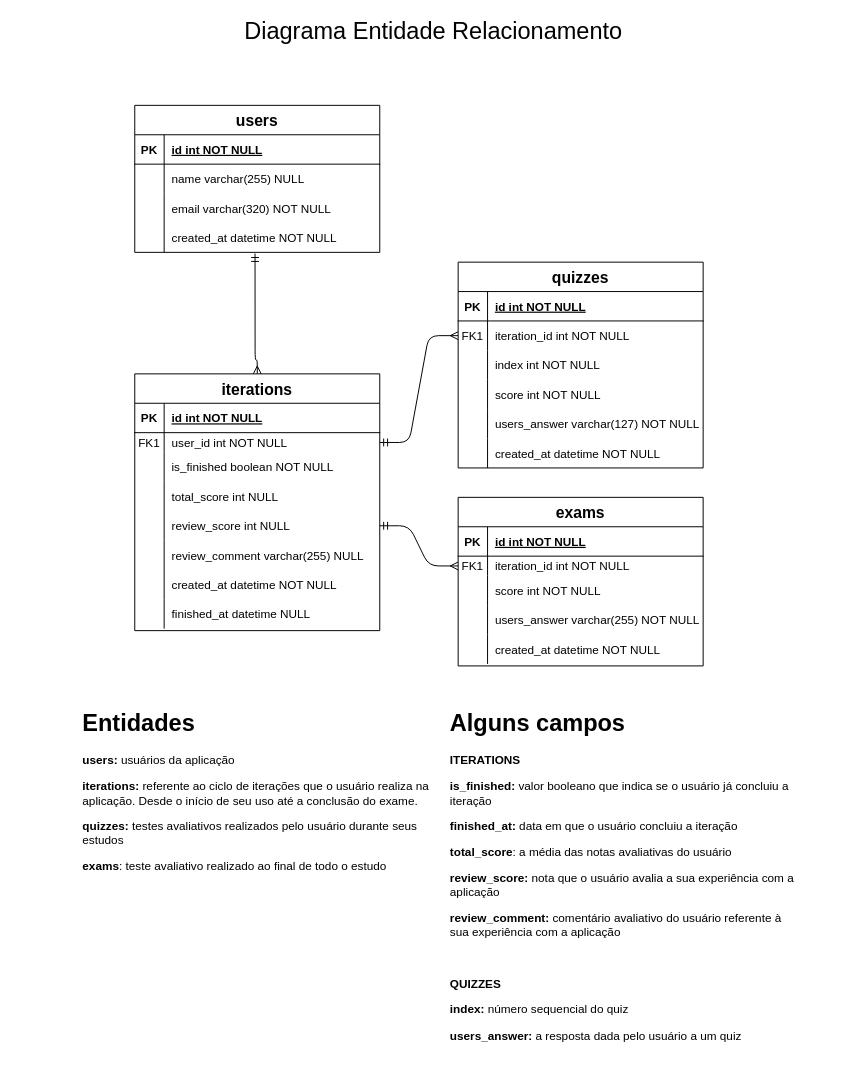
This is docs/DER.drawio from Fatec-Bug-Busters/scrum-academy, a draw.io file, before an edit. Source tidied: cells renumbered, new cells numbered last; positions are measured from the earlier drawing's top-left corner, leaving out a move shared by most shapes. Both pictures are drawn from the tidied source at 98%, with x=0, y=0 at pixel (17, 17).
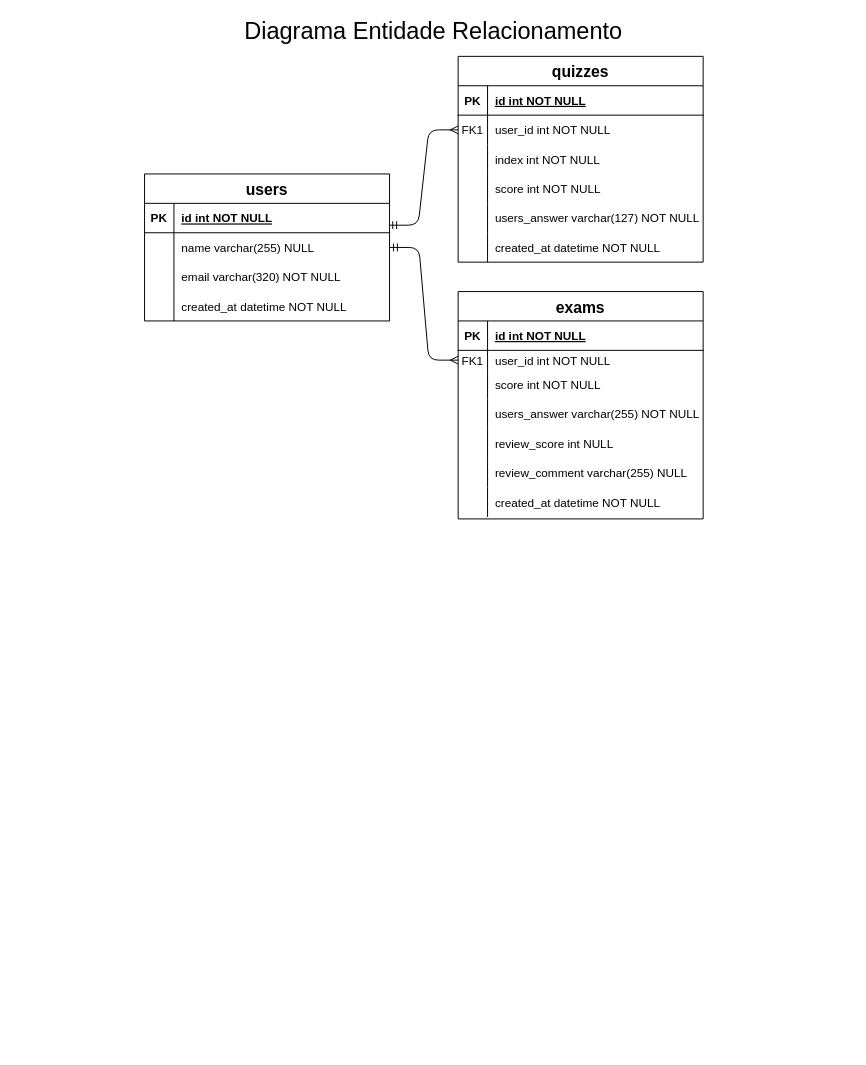
Above is the later version.

Unchanged cells that the change refers to:
```xml
<mxCell id="7" style="shape=partialRectangle;fillColor=none;points=[[0,0.5],[1,0.5]];portConstraint=eastwest;top=0;left=0;right=0;bottom=0;" parent="3" vertex="1">
  <mxGeometry y="60" width="250" height="30" as="geometry" />
</mxCell>
<mxCell id="23" style="shape=partialRectangle;fillColor=none;points=[[0,0.5],[1,0.5]];portConstraint=eastwest;top=0;left=0;right=0;bottom=1;" parent="22" vertex="1">
  <mxGeometry y="30" width="250" height="30" as="geometry" />
</mxCell>
<mxCell id="26" style="shape=partialRectangle;fillColor=none;points=[[0,0.5],[1,0.5]];portConstraint=eastwest;top=0;left=0;right=0;bottom=0;" parent="22" vertex="1">
  <mxGeometry y="60" width="250" height="30" as="geometry" />
</mxCell>
<mxCell id="32" style="shape=tableRow;horizontal=0;startSize=0;swimlaneHead=0;swimlaneBody=0;fillColor=none;points=[[0,0.5],[1,0.5]];portConstraint=eastwest;top=0;left=0;right=0;bottom=0;" parent="22" vertex="1">
  <mxGeometry y="120" width="250" height="30" as="geometry" />
</mxCell>
<mxCell id="40" style="shape=partialRectangle;fillColor=none;points=[[0,0.5],[1,0.5]];portConstraint=eastwest;top=0;left=0;right=0;bottom=0;" parent="36" vertex="1">
  <mxGeometry y="60" width="250" height="20" as="geometry" />
</mxCell>
```

What changed in the source:
```diff
@@
-    <mxCell id="2" style="edgeStyle=entityRelationEdgeStyle;endArrow=ERmany;startArrow=ERmandOne;endFill=0;startFill=0;exitX=1;exitY=0.5;exitDx=0;exitDy=0;" parent="1" edge="1" source="56" target="7">
+    <mxCell id="2" style="edgeStyle=entityRelationEdgeStyle;endArrow=ERmany;startArrow=ERmandOne;endFill=0;startFill=0;exitX=0.997;exitY=0.743;exitDx=0;exitDy=0;exitPerimeter=0;" parent="1" edge="1" source="23" target="7">
       <mxGeometry relative="1" as="geometry" />
     </mxCell>
     <mxCell id="3" value="quizzes" style="shape=table;startSize=30;childLayout=tableLayout;rowLines=0;fontStyle=1;align=center;fontSize=16;" parent="1" vertex="1">
-      <mxGeometry x="450" y="250" width="250" height="210" as="geometry" />
+      <mxGeometry x="450" y="40" width="250" height="210" as="geometry" />
     </mxCell>
@@
-    <mxCell id="9" value="iteration_id int NOT NULL" style="shape=partialRectangle;overflow=hidden;fillColor=none;top=0;left=0;bottom=0;right=0;align=left;spacingLeft=6;" parent="7" vertex="1">
+    <mxCell id="9" value="user_id int NOT NULL" style="shape=partialRectangle;overflow=hidden;fillColor=none;top=0;left=0;bottom=0;right=0;align=left;spacingLeft=6;" parent="7" vertex="1">
       <mxGeometry x="30" width="220" height="30" as="geometry" />
     </mxCell>
@@
     <mxCell id="22" value="users" style="shape=table;startSize=30;childLayout=tableLayout;rowLines=0;fontStyle=1;align=center;fontSize=16;" parent="1" vertex="1">
-      <mxGeometry x="120" y="90" width="250" height="150" as="geometry" />
+      <mxGeometry x="130" y="160" width="250" height="150" as="geometry" />
     </mxCell>
@@
-    <mxCell id="35" style="edgeStyle=entityRelationEdgeStyle;endArrow=ERmany;startArrow=ERmandOne;endFill=0;startFill=0;exitX=1;exitY=0.5;exitDx=0;exitDy=0;entryX=0;entryY=0.5;entryDx=0;entryDy=0;" parent="1" edge="1" source="65" target="40">
+    <mxCell id="35" style="edgeStyle=entityRelationEdgeStyle;endArrow=ERmany;startArrow=ERmandOne;endFill=0;startFill=0;entryX=0;entryY=0.5;entryDx=0;entryDy=0;" parent="1" edge="1" source="26" target="40">
       <mxGeometry relative="1" as="geometry" />
     </mxCell>
     <mxCell id="36" value="exams" style="shape=table;startSize=30;childLayout=tableLayout;rowLines=0;fontStyle=1;align=center;fontSize=16;" parent="1" vertex="1">
-      <mxGeometry x="450" y="490" width="250" height="172" as="geometry" />
+      <mxGeometry x="450" y="280" width="250" height="232" as="geometry" />
     </mxCell>
@@
-    <mxCell id="42" value="iteration_id int NOT NULL" style="shape=partialRectangle;overflow=hidden;fillColor=none;top=0;left=0;bottom=0;right=0;align=left;spacingLeft=6;" parent="40" vertex="1">
+    <mxCell id="42" value="user_id int NOT NULL" style="shape=partialRectangle;overflow=hidden;fillColor=none;top=0;left=0;bottom=0;right=0;align=left;spacingLeft=6;" parent="40" vertex="1">
       <mxGeometry x="30" width="220" height="20" as="geometry" />
     </mxCell>
@@
+    <mxCell id="65" style="shape=tableRow;horizontal=0;startSize=0;swimlaneHead=0;swimlaneBody=0;fillColor=none;points=[[0,0.5],[1,0.5]];portConstraint=eastwest;top=0;left=0;right=0;bottom=0;" parent="36" vertex="1">
+      <mxGeometry y="140" width="250" height="30" as="geometry" />
+    </mxCell>
+    <mxCell id="81" style="shape=partialRectangle;fillColor=none;top=0;left=0;bottom=0;right=0;overflow=hidden;" parent="65" vertex="1">
+      <mxGeometry width="30" height="30" as="geometry" />
+    </mxCell>
+    <mxCell id="67" value="review_score int NULL" style="shape=partialRectangle;fillColor=none;top=0;left=0;bottom=0;right=0;align=left;spacingLeft=6;overflow=hidden;" parent="65" vertex="1">
+      <mxGeometry x="30" width="220" height="30" as="geometry" />
+    </mxCell>
+    <mxCell id="68" style="shape=tableRow;horizontal=0;startSize=0;swimlaneHead=0;swimlaneBody=0;fillColor=none;top=0;left=0;right=0;bottom=0;" parent="36" vertex="1">
+      <mxGeometry y="170" width="250" height="30" as="geometry" />
+    </mxCell>
+    <mxCell id="82" style="shape=partialRectangle;fillColor=none;top=0;left=0;bottom=0;right=0;overflow=hidden;" parent="68" vertex="1">
+      <mxGeometry width="30" height="30" as="geometry" />
+    </mxCell>
+    <mxCell id="70" value="review_comment varchar(255) NULL" style="shape=partialRectangle;fillColor=none;top=0;left=0;bottom=0;right=0;align=left;spacingLeft=6;overflow=hidden;" parent="68" vertex="1">
+      <mxGeometry x="30" width="220" height="30" as="geometry" />
+    </mxCell>
     <mxCell id="49" style="shape=tableRow;horizontal=0;startSize=0;swimlaneHead=0;swimlaneBody=0;fillColor=none;top=0;left=0;right=0;bottom=0;" parent="36" vertex="1">
-      <mxGeometry y="140" width="250" height="30" as="geometry" />
+      <mxGeometry y="200" width="250" height="30" as="geometry" />
     </mxCell>
@@
-    <mxCell id="52" value="iterations" style="shape=table;startSize=30;childLayout=tableLayout;rowLines=0;fontStyle=1;align=center;fontSize=16;" parent="1" vertex="1">
-      <mxGeometry x="120" y="364" width="250" height="262" as="geometry" />
-    </mxCell>
-    <mxCell id="53" style="shape=partialRectangle;fillColor=none;top=0;left=0;right=0;bottom=1;" parent="52" vertex="1">
-      <mxGeometry y="30" width="250" height="30" as="geometry" />
-    </mxCell>
-    <mxCell id="54" value="PK" style="shape=partialRectangle;overflow=hidden;fillColor=none;top=0;left=0;bottom=0;right=0;fontStyle=1;" parent="53" vertex="1">
-      <mxGeometry width="30" height="30" as="geometry" />
-    </mxCell>
-    <mxCell id="55" value="id int NOT NULL " style="shape=partialRectangle;overflow=hidden;fillColor=none;top=0;left=0;bottom=0;right=0;align=left;spacingLeft=6;fontStyle=5;" parent="53" vertex="1">
-      <mxGeometry x="30" width="220" height="30" as="geometry" />
-    </mxCell>
-    <mxCell id="56" style="shape=partialRectangle;fillColor=none;points=[[0,0.5],[1,0.5]];portConstraint=eastwest;top=0;left=0;right=0;bottom=0;" parent="52" vertex="1">
-      <mxGeometry y="60" width="250" height="20" as="geometry" />
-    </mxCell>
-    <mxCell id="57" value="FK1" style="shape=partialRectangle;overflow=hidden;fillColor=none;top=0;left=0;bottom=0;right=0;" parent="56" vertex="1">
-      <mxGeometry width="30" height="20" as="geometry" />
-    </mxCell>
-    <mxCell id="58" value="user_id int NOT NULL" style="shape=partialRectangle;overflow=hidden;fillColor=none;top=0;left=0;bottom=0;right=0;align=left;spacingLeft=6;" parent="56" vertex="1">
-      <mxGeometry x="30" width="220" height="20" as="geometry" />
-    </mxCell>
-    <mxCell id="59" style="shape=partialRectangle;fillColor=none;top=0;left=0;right=0;bottom=0;" parent="52" vertex="1">
-      <mxGeometry y="80" width="250" height="30" as="geometry" />
-    </mxCell>
-    <mxCell id="60" style="shape=partialRectangle;overflow=hidden;fillColor=none;top=0;left=0;bottom=0;right=0;" parent="59" vertex="1">
-      <mxGeometry width="30" height="30" as="geometry" />
-    </mxCell>
-    <mxCell id="61" value="is_finished boolean NOT NULL" style="shape=partialRectangle;overflow=hidden;fillColor=none;top=0;left=0;bottom=0;right=0;align=left;spacingLeft=6;" parent="59" vertex="1">
-      <mxGeometry x="30" width="220" height="30" as="geometry" />
-    </mxCell>
-    <mxCell id="62" style="shape=tableRow;horizontal=0;startSize=0;swimlaneHead=0;swimlaneBody=0;fillColor=none;top=0;left=0;right=0;bottom=0;" parent="52" vertex="1">
-      <mxGeometry y="110" width="250" height="30" as="geometry" />
-    </mxCell>
-    <mxCell id="63" style="shape=partialRectangle;fillColor=none;top=0;left=0;bottom=0;right=0;overflow=hidden;" parent="62" vertex="1">
-      <mxGeometry width="30" height="30" as="geometry" />
-    </mxCell>
-    <mxCell id="64" value="total_score int NULL" style="shape=partialRectangle;fillColor=none;top=0;left=0;bottom=0;right=0;align=left;spacingLeft=6;overflow=hidden;" parent="62" vertex="1">
-      <mxGeometry x="30" width="220" height="30" as="geometry" />
-    </mxCell>
-    <mxCell id="65" style="shape=tableRow;horizontal=0;startSize=0;swimlaneHead=0;swimlaneBody=0;fillColor=none;points=[[0,0.5],[1,0.5]];portConstraint=eastwest;top=0;left=0;right=0;bottom=0;" parent="52" vertex="1">
-      <mxGeometry y="140" width="250" height="30" as="geometry" />
-    </mxCell>
-    <mxCell id="66" style="shape=partialRectangle;fillColor=none;top=0;left=0;bottom=0;right=0;overflow=hidden;" parent="65" vertex="1">
-      <mxGeometry width="30" height="30" as="geometry" />
-    </mxCell>
-    <mxCell id="67" value="review_score int NULL" style="shape=partialRectangle;fillColor=none;top=0;left=0;bottom=0;right=0;align=left;spacingLeft=6;overflow=hidden;" parent="65" vertex="1">
-      <mxGeometry x="30" width="220" height="30" as="geometry" />
-    </mxCell>
-    <mxCell id="68" style="shape=tableRow;horizontal=0;startSize=0;swimlaneHead=0;swimlaneBody=0;fillColor=none;top=0;left=0;right=0;bottom=0;" parent="52" vertex="1">
-      <mxGeometry y="170" width="250" height="30" as="geometry" />
-    </mxCell>
-    <mxCell id="69" style="shape=partialRectangle;fillColor=none;top=0;left=0;bottom=0;right=0;overflow=hidden;" parent="68" vertex="1">
-      <mxGeometry width="30" height="30" as="geometry" />
-    </mxCell>
-    <mxCell id="70" value="review_comment varchar(255) NULL" style="shape=partialRectangle;fillColor=none;top=0;left=0;bottom=0;right=0;align=left;spacingLeft=6;overflow=hidden;" parent="68" vertex="1">
-      <mxGeometry x="30" width="220" height="30" as="geometry" />
-    </mxCell>
-    <mxCell id="71" style="shape=tableRow;horizontal=0;startSize=0;swimlaneHead=0;swimlaneBody=0;fillColor=none;top=0;left=0;right=0;bottom=0;" parent="52" vertex="1">
-      <mxGeometry y="200" width="250" height="30" as="geometry" />
-    </mxCell>
-    <mxCell id="72" style="shape=partialRectangle;fillColor=none;top=0;left=0;bottom=0;right=0;overflow=hidden;" parent="71" vertex="1">
-      <mxGeometry width="30" height="30" as="geometry" />
-    </mxCell>
-    <mxCell id="73" value="created_at datetime NOT NULL" style="shape=partialRectangle;fillColor=none;top=0;left=0;bottom=0;right=0;align=left;spacingLeft=6;overflow=hidden;" parent="71" vertex="1">
-      <mxGeometry x="30" width="220" height="30" as="geometry" />
-    </mxCell>
-    <mxCell id="74" style="shape=tableRow;horizontal=0;startSize=0;swimlaneHead=0;swimlaneBody=0;fillColor=none;top=0;left=0;right=0;bottom=0;" parent="52" vertex="1">
-      <mxGeometry y="230" width="250" height="30" as="geometry" />
-    </mxCell>
-    <mxCell id="75" style="shape=partialRectangle;fillColor=none;top=0;left=0;bottom=0;right=0;overflow=hidden;" parent="74" vertex="1">
-      <mxGeometry width="30" height="30" as="geometry" />
-    </mxCell>
-    <mxCell id="76" value="finished_at datetime NULL" style="shape=partialRectangle;fillColor=none;top=0;left=0;bottom=0;right=0;align=left;spacingLeft=6;overflow=hidden;" parent="74" vertex="1">
-      <mxGeometry x="30" width="220" height="30" as="geometry" />
-    </mxCell>
-    <mxCell id="77" style="edgeStyle=orthogonalEdgeStyle;html=1;exitX=0.491;exitY=1.042;exitDx=0;exitDy=0;startArrow=ERmandOne;startFill=0;endArrow=ERmany;endFill=0;entryX=0.5;entryY=0;entryDx=0;entryDy=0;exitPerimeter=0;" parent="1" edge="1" source="32" target="52">
-      <mxGeometry relative="1" as="geometry">
-        <Array as="points">
-          <mxPoint x="243" y="350" />
-          <mxPoint x="245" y="350" />
-        </Array>
-      </mxGeometry>
-    </mxCell>
-    <mxCell id="78" value="&lt;h1 style=&quot;margin-top: 0px;&quot;&gt;Entidades&lt;/h1&gt;&lt;p&gt;&lt;b&gt;users: &lt;/b&gt;usuários da aplicação&lt;/p&gt;&lt;p&gt;&lt;b&gt;iterations: &lt;/b&gt;referente ao ciclo de iterações que o usuário realiza na aplicação. Desde o início de seu uso até a conclusão do exame.&lt;/p&gt;&lt;p&gt;&lt;b&gt;quizzes: &lt;/b&gt;testes avaliativos realizados pelo usuário durante seus estudos&lt;/p&gt;&lt;p&gt;&lt;b&gt;exams&lt;/b&gt;: teste avaliativo realizado ao final de todo o estudo&lt;/p&gt;" style="text;html=1;whiteSpace=wrap;overflow=hidden;rounded=0;" parent="1" vertex="1">
-      <mxGeometry x="65" y="700" width="360" height="300" as="geometry" />
-    </mxCell>
-    <mxCell id="79" value="&lt;h1 style=&quot;margin-top: 0px;&quot;&gt;Alguns campos&lt;/h1&gt;&lt;p&gt;&lt;b&gt;ITERATIONS&lt;/b&gt;&lt;/p&gt;&lt;p&gt;&lt;b&gt;is_finished: &lt;/b&gt;valor booleano que indica se o usuário já concluiu a iteração&lt;/p&gt;&lt;p&gt;&lt;b&gt;finished_at: &lt;/b&gt;data em que o usuário concluiu a iteração&lt;/p&gt;&lt;p&gt;&lt;b&gt;total_score&lt;/b&gt;: a média das notas avaliativas do usuário&lt;/p&gt;&lt;p&gt;&lt;b&gt;review_score: &lt;/b&gt;nota que o usuário avalia a sua experiência com a aplicação&lt;/p&gt;&lt;p&gt;&lt;b&gt;review_comment: &lt;/b&gt;comentário avaliativo do usuário referente à sua experiência com a aplicação&lt;/p&gt;&lt;p&gt;&lt;br&gt;&lt;/p&gt;&lt;p&gt;&lt;b&gt;QUIZZES&lt;/b&gt;&lt;/p&gt;&lt;p&gt;&lt;b&gt;index: &lt;/b&gt;número sequencial do quiz&lt;/p&gt;&lt;p&gt;&lt;b&gt;users_answer:&lt;/b&gt;&amp;nbsp;a resposta dada pelo usuário a um quiz&lt;/p&gt;" style="text;html=1;whiteSpace=wrap;overflow=hidden;rounded=0;" parent="1" vertex="1">
-      <mxGeometry x="440" y="700" width="360" height="350" as="geometry" />
-    </mxCell>
```
